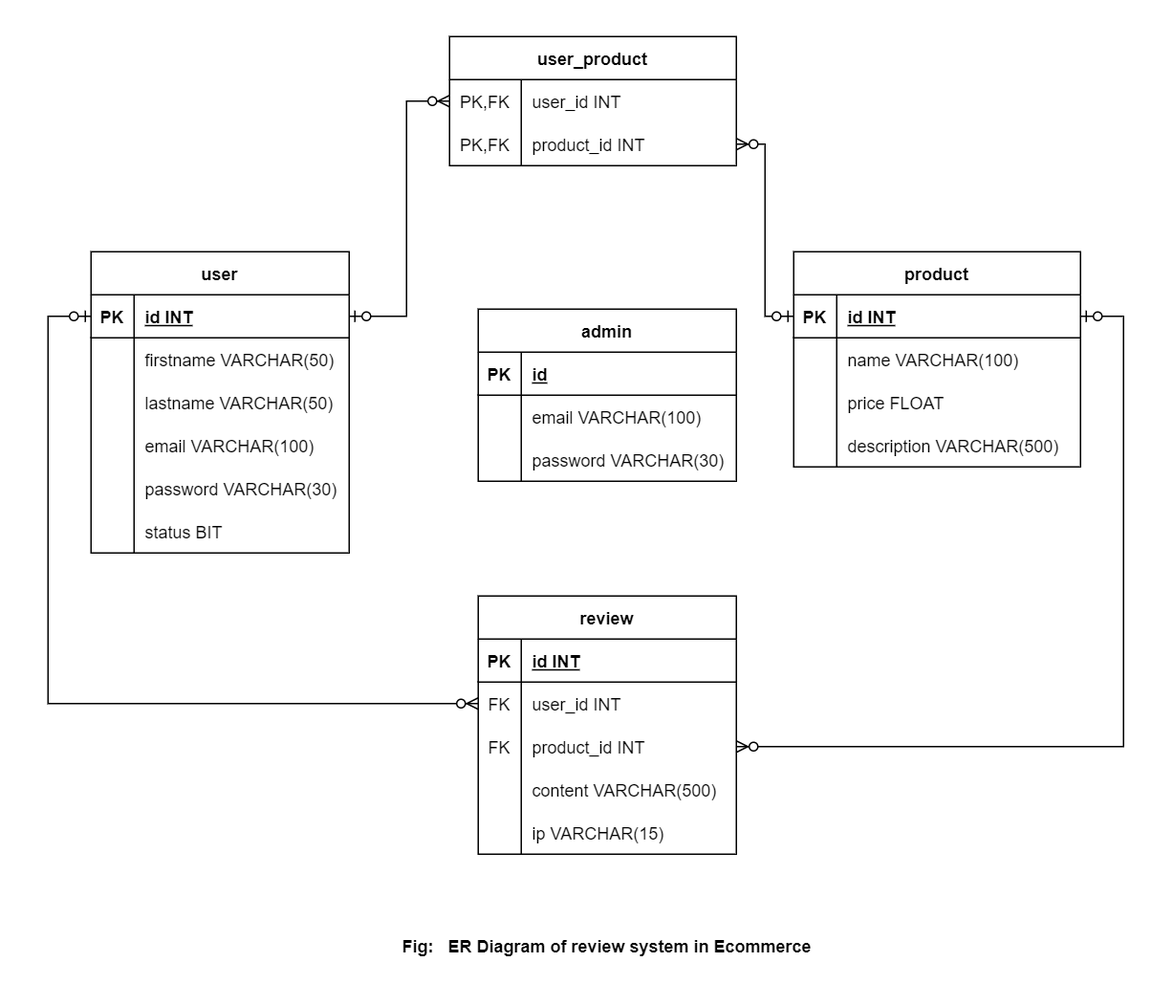
Above: Database_Design.png in nbchand/Fake-Review-Detector (draw.io), before the change. Source tidied: cells renumbered, new cells last; positions are measured from the earlier drawing's top-left corner, leaving out a move shared by most shapes. Its diagram source:
```xml
<mxGraphModel>
  <root>
    <mxCell id="0" />
    <mxCell id="1" parent="0" />
    <mxCell id="2" value="user" style="shape=table;startSize=30;rowLines=0;fontStyle=1;align=center;" parent="1" vertex="1">
      <mxGeometry x="30" y="150" width="180" height="210" as="geometry" />
    </mxCell>
    <mxCell id="3" style="shape=partialRectangle;fillColor=none;top=0;left=0;bottom=1;right=0;points=[[0,0.5],[1,0.5]];portConstraint=eastwest;" parent="2" vertex="1">
      <mxGeometry y="30" width="180" height="30" as="geometry" />
    </mxCell>
    <mxCell id="4" value="PK" style="shape=partialRectangle;fillColor=none;top=0;left=0;bottom=0;right=0;fontStyle=1;overflow=hidden;" parent="3" vertex="1">
      <mxGeometry width="30" height="30" as="geometry" />
    </mxCell>
    <mxCell id="5" value="id INT" style="shape=partialRectangle;fillColor=none;top=0;left=0;bottom=0;right=0;align=left;spacingLeft=6;fontStyle=5;overflow=hidden;" parent="3" vertex="1">
      <mxGeometry x="30" width="150" height="30" as="geometry" />
    </mxCell>
    <mxCell id="6" style="shape=partialRectangle;fillColor=none;top=0;left=0;bottom=0;right=0;" parent="2" vertex="1">
      <mxGeometry y="60" width="180" height="30" as="geometry" />
    </mxCell>
    <mxCell id="7" style="shape=partialRectangle;fillColor=none;top=0;left=0;bottom=0;right=0;overflow=hidden;" parent="6" vertex="1">
      <mxGeometry width="30" height="30" as="geometry" />
    </mxCell>
    <mxCell id="8" value="firstname VARCHAR(50)" style="shape=partialRectangle;fillColor=none;top=0;left=0;bottom=0;right=0;align=left;spacingLeft=6;overflow=hidden;" parent="6" vertex="1">
      <mxGeometry x="30" width="150" height="30" as="geometry" />
    </mxCell>
    <mxCell id="9" style="shape=partialRectangle;fillColor=none;top=0;left=0;bottom=0;right=0;" parent="2" vertex="1">
      <mxGeometry y="90" width="180" height="30" as="geometry" />
    </mxCell>
    <mxCell id="10" style="shape=partialRectangle;fillColor=none;top=0;left=0;bottom=0;right=0;overflow=hidden;" parent="9" vertex="1">
      <mxGeometry width="30" height="30" as="geometry" />
    </mxCell>
    <mxCell id="11" value="lastname VARCHAR(50)" style="shape=partialRectangle;fillColor=none;top=0;left=0;bottom=0;right=0;align=left;spacingLeft=6;overflow=hidden;" parent="9" vertex="1">
      <mxGeometry x="30" width="150" height="30" as="geometry" />
    </mxCell>
    <mxCell id="12" style="shape=partialRectangle;fillColor=none;top=0;left=0;bottom=0;right=0;" parent="2" vertex="1">
      <mxGeometry y="120" width="180" height="30" as="geometry" />
    </mxCell>
    <mxCell id="13" style="shape=partialRectangle;fillColor=none;top=0;left=0;bottom=0;right=0;overflow=hidden;" parent="12" vertex="1">
      <mxGeometry width="30" height="30" as="geometry" />
    </mxCell>
    <mxCell id="14" value="email VARCHAR(100)" style="shape=partialRectangle;fillColor=none;top=0;left=0;bottom=0;right=0;align=left;spacingLeft=6;overflow=hidden;" parent="12" vertex="1">
      <mxGeometry x="30" width="150" height="30" as="geometry" />
    </mxCell>
    <mxCell id="15" style="shape=partialRectangle;fillColor=none;top=0;left=0;bottom=0;right=0;" parent="2" vertex="1">
      <mxGeometry y="150" width="180" height="30" as="geometry" />
    </mxCell>
    <mxCell id="16" style="shape=partialRectangle;fillColor=none;top=0;left=0;bottom=0;right=0;fontStyle=0;overflow=hidden;" parent="15" vertex="1">
      <mxGeometry width="30" height="30" as="geometry" />
    </mxCell>
    <mxCell id="17" value="password VARCHAR(30)" style="shape=partialRectangle;fillColor=none;top=0;left=0;bottom=0;right=0;align=left;spacingLeft=6;fontStyle=0;overflow=hidden;" parent="15" vertex="1">
      <mxGeometry x="30" width="150" height="30" as="geometry" />
    </mxCell>
    <mxCell id="18" style="shape=partialRectangle;fillColor=none;top=0;left=0;bottom=0;right=0;fontFamily=Helvetica;fontSize=12;fontColor=default;" parent="2" vertex="1">
      <mxGeometry y="180" width="180" height="30" as="geometry" />
    </mxCell>
    <mxCell id="19" style="shape=partialRectangle;fillColor=none;top=0;left=0;bottom=0;right=0;fontStyle=0;overflow=hidden;fontFamily=Helvetica;fontSize=12;fontColor=default;" parent="18" vertex="1">
      <mxGeometry width="30" height="30" as="geometry" />
    </mxCell>
    <mxCell id="20" value="status BIT" style="shape=partialRectangle;fillColor=none;top=0;left=0;bottom=0;right=0;align=left;spacingLeft=6;fontStyle=0;overflow=hidden;fontFamily=Helvetica;fontSize=12;fontColor=default;" parent="18" vertex="1">
      <mxGeometry x="30" width="150" height="30" as="geometry" />
    </mxCell>
    <mxCell id="21" value="product" style="shape=table;startSize=30;rowLines=0;fontStyle=1;align=center;" parent="1" vertex="1">
      <mxGeometry x="520" y="150" width="200" height="150" as="geometry" />
    </mxCell>
    <mxCell id="22" style="shape=partialRectangle;fillColor=none;top=0;left=0;bottom=1;right=0;points=[[0,0.5],[1,0.5]];portConstraint=eastwest;" parent="21" vertex="1">
      <mxGeometry y="30" width="200" height="30" as="geometry" />
    </mxCell>
    <mxCell id="23" value="PK" style="shape=partialRectangle;fillColor=none;top=0;left=0;bottom=0;right=0;fontStyle=1;overflow=hidden;" parent="22" vertex="1">
      <mxGeometry width="30" height="30" as="geometry" />
    </mxCell>
    <mxCell id="24" value="id INT" style="shape=partialRectangle;fillColor=none;top=0;left=0;bottom=0;right=0;align=left;spacingLeft=6;fontStyle=5;overflow=hidden;" parent="22" vertex="1">
      <mxGeometry x="30" width="170" height="30" as="geometry" />
    </mxCell>
    <mxCell id="25" style="shape=partialRectangle;fillColor=none;top=0;left=0;bottom=0;right=0;" parent="21" vertex="1">
      <mxGeometry y="60" width="200" height="30" as="geometry" />
    </mxCell>
    <mxCell id="26" style="shape=partialRectangle;fillColor=none;top=0;left=0;bottom=0;right=0;overflow=hidden;" parent="25" vertex="1">
      <mxGeometry width="30" height="30" as="geometry" />
    </mxCell>
    <mxCell id="27" value="name VARCHAR(100)" style="shape=partialRectangle;fillColor=none;top=0;left=0;bottom=0;right=0;align=left;spacingLeft=6;overflow=hidden;" parent="25" vertex="1">
      <mxGeometry x="30" width="170" height="30" as="geometry" />
    </mxCell>
    <mxCell id="28" style="shape=partialRectangle;fillColor=none;top=0;left=0;bottom=0;right=0;" parent="21" vertex="1">
      <mxGeometry y="90" width="200" height="30" as="geometry" />
    </mxCell>
    <mxCell id="29" style="shape=partialRectangle;fillColor=none;top=0;left=0;bottom=0;right=0;overflow=hidden;" parent="28" vertex="1">
      <mxGeometry width="30" height="30" as="geometry" />
    </mxCell>
    <mxCell id="30" value="price FLOAT" style="shape=partialRectangle;fillColor=none;top=0;left=0;bottom=0;right=0;align=left;spacingLeft=6;overflow=hidden;" parent="28" vertex="1">
      <mxGeometry x="30" width="170" height="30" as="geometry" />
    </mxCell>
    <mxCell id="31" style="shape=partialRectangle;fillColor=none;top=0;left=0;bottom=0;right=0;" parent="21" vertex="1">
      <mxGeometry y="120" width="200" height="30" as="geometry" />
    </mxCell>
    <mxCell id="32" style="shape=partialRectangle;fillColor=none;top=0;left=0;bottom=0;right=0;overflow=hidden;" parent="31" vertex="1">
      <mxGeometry width="30" height="30" as="geometry" />
    </mxCell>
    <mxCell id="33" value="description VARCHAR(500)" style="shape=partialRectangle;fillColor=none;top=0;left=0;bottom=0;right=0;align=left;spacingLeft=6;overflow=hidden;" parent="31" vertex="1">
      <mxGeometry x="30" width="170" height="30" as="geometry" />
    </mxCell>
    <mxCell id="34" value="review" style="shape=table;startSize=30;rowLines=0;fontStyle=1;align=center;" parent="1" vertex="1">
      <mxGeometry x="300" y="390" width="180" height="180" as="geometry" />
    </mxCell>
    <mxCell id="35" style="shape=partialRectangle;fillColor=none;top=0;left=0;bottom=1;right=0;" parent="34" vertex="1">
      <mxGeometry y="30" width="180" height="30" as="geometry" />
    </mxCell>
    <mxCell id="36" value="PK" style="shape=partialRectangle;fillColor=none;top=0;left=0;bottom=0;right=0;fontStyle=1;overflow=hidden;" parent="35" vertex="1">
      <mxGeometry width="30" height="30" as="geometry" />
    </mxCell>
    <mxCell id="37" value="id INT" style="shape=partialRectangle;fillColor=none;top=0;left=0;bottom=0;right=0;align=left;spacingLeft=6;fontStyle=5;overflow=hidden;" parent="35" vertex="1">
      <mxGeometry x="30" width="150" height="30" as="geometry" />
    </mxCell>
    <mxCell id="38" style="shape=partialRectangle;fillColor=none;top=0;left=0;bottom=0;right=0;points=[[0,0.5],[1,0.5]];portConstraint=eastwest;" parent="34" vertex="1">
      <mxGeometry y="60" width="180" height="30" as="geometry" />
    </mxCell>
    <mxCell id="39" value="FK" style="shape=partialRectangle;fillColor=none;top=0;left=0;bottom=0;right=0;overflow=hidden;" parent="38" vertex="1">
      <mxGeometry width="30" height="30" as="geometry" />
    </mxCell>
    <mxCell id="40" value="user_id INT" style="shape=partialRectangle;fillColor=none;top=0;left=0;bottom=0;right=0;align=left;spacingLeft=6;overflow=hidden;" parent="38" vertex="1">
      <mxGeometry x="30" width="150" height="30" as="geometry" />
    </mxCell>
    <mxCell id="41" style="shape=partialRectangle;fillColor=none;top=0;left=0;bottom=0;right=0;points=[[0,0.5],[1,0.5]];portConstraint=eastwest;" parent="34" vertex="1">
      <mxGeometry y="90" width="180" height="30" as="geometry" />
    </mxCell>
    <mxCell id="42" value="FK" style="shape=partialRectangle;fillColor=none;top=0;left=0;bottom=0;right=0;overflow=hidden;" parent="41" vertex="1">
      <mxGeometry width="30" height="30" as="geometry" />
    </mxCell>
    <mxCell id="43" value="product_id INT" style="shape=partialRectangle;fillColor=none;top=0;left=0;bottom=0;right=0;align=left;spacingLeft=6;overflow=hidden;" parent="41" vertex="1">
      <mxGeometry x="30" width="150" height="30" as="geometry" />
    </mxCell>
    <mxCell id="44" style="shape=partialRectangle;fillColor=none;top=0;left=0;bottom=0;right=0;" parent="34" vertex="1">
      <mxGeometry y="120" width="180" height="30" as="geometry" />
    </mxCell>
    <mxCell id="45" style="shape=partialRectangle;fillColor=none;top=0;left=0;bottom=0;right=0;overflow=hidden;" parent="44" vertex="1">
      <mxGeometry width="30" height="30" as="geometry" />
    </mxCell>
    <mxCell id="46" value="content VARCHAR(500)" style="shape=partialRectangle;fillColor=none;top=0;left=0;bottom=0;right=0;align=left;spacingLeft=6;overflow=hidden;" parent="44" vertex="1">
      <mxGeometry x="30" width="150" height="30" as="geometry" />
    </mxCell>
    <mxCell id="47" style="shape=partialRectangle;fillColor=none;top=0;left=0;bottom=0;right=0;" parent="34" vertex="1">
      <mxGeometry y="150" width="180" height="30" as="geometry" />
    </mxCell>
    <mxCell id="48" style="shape=partialRectangle;fillColor=none;top=0;left=0;bottom=0;right=0;fontStyle=0;overflow=hidden;" parent="47" vertex="1">
      <mxGeometry width="30" height="30" as="geometry" />
    </mxCell>
    <mxCell id="49" value="ip VARCHAR(15)" style="shape=partialRectangle;fillColor=none;top=0;left=0;bottom=0;right=0;align=left;spacingLeft=6;fontStyle=0;overflow=hidden;" parent="47" vertex="1">
      <mxGeometry x="30" width="150" height="30" as="geometry" />
    </mxCell>
    <mxCell id="50" value="admin" style="shape=table;startSize=30;rowLines=0;fontStyle=1;align=center;" parent="1" vertex="1">
      <mxGeometry x="300" y="190" width="180" height="120" as="geometry" />
    </mxCell>
    <mxCell id="51" style="shape=partialRectangle;fillColor=none;top=0;left=0;bottom=1;right=0;" parent="50" vertex="1">
      <mxGeometry y="30" width="180" height="30" as="geometry" />
    </mxCell>
    <mxCell id="52" value="PK" style="shape=partialRectangle;fillColor=none;top=0;left=0;bottom=0;right=0;fontStyle=1;overflow=hidden;" parent="51" vertex="1">
      <mxGeometry width="30" height="30" as="geometry" />
    </mxCell>
    <mxCell id="53" value="id" style="shape=partialRectangle;fillColor=none;top=0;left=0;bottom=0;right=0;align=left;spacingLeft=6;fontStyle=5;overflow=hidden;" parent="51" vertex="1">
      <mxGeometry x="30" width="150" height="30" as="geometry" />
    </mxCell>
    <mxCell id="54" style="shape=partialRectangle;fillColor=none;top=0;left=0;bottom=0;right=0;" parent="50" vertex="1">
      <mxGeometry y="60" width="180" height="30" as="geometry" />
    </mxCell>
    <mxCell id="55" style="shape=partialRectangle;fillColor=none;top=0;left=0;bottom=0;right=0;overflow=hidden;" parent="54" vertex="1">
      <mxGeometry width="30" height="30" as="geometry" />
    </mxCell>
    <mxCell id="56" value="email VARCHAR(100)" style="shape=partialRectangle;fillColor=none;top=0;left=0;bottom=0;right=0;align=left;spacingLeft=6;overflow=hidden;" parent="54" vertex="1">
      <mxGeometry x="30" width="150" height="30" as="geometry" />
    </mxCell>
    <mxCell id="57" style="shape=partialRectangle;fillColor=none;top=0;left=0;bottom=0;right=0;" parent="50" vertex="1">
      <mxGeometry y="90" width="180" height="30" as="geometry" />
    </mxCell>
    <mxCell id="58" style="shape=partialRectangle;fillColor=none;top=0;left=0;bottom=0;right=0;overflow=hidden;" parent="57" vertex="1">
      <mxGeometry width="30" height="30" as="geometry" />
    </mxCell>
    <mxCell id="59" value="password VARCHAR(30)" style="shape=partialRectangle;fillColor=none;top=0;left=0;bottom=0;right=0;align=left;spacingLeft=6;overflow=hidden;" parent="57" vertex="1">
      <mxGeometry x="30" width="150" height="30" as="geometry" />
    </mxCell>
    <mxCell id="60" value="user_product" style="shape=table;startSize=30;rowLines=0;fontStyle=1;align=center;" parent="1" vertex="1">
      <mxGeometry x="280" width="200" height="90" as="geometry" />
    </mxCell>
    <mxCell id="61" style="shape=partialRectangle;fillColor=none;top=0;left=0;bottom=0;right=0;points=[[0,0.5],[1,0.5]];portConstraint=eastwest;" parent="60" vertex="1">
      <mxGeometry y="30" width="200" height="30" as="geometry" />
    </mxCell>
    <mxCell id="62" value="PK,FK" style="shape=partialRectangle;fillColor=none;top=0;left=0;bottom=0;right=0;overflow=hidden;" parent="61" vertex="1">
      <mxGeometry width="50" height="30" as="geometry" />
    </mxCell>
    <mxCell id="63" value="user_id INT" style="shape=partialRectangle;fillColor=none;top=0;left=0;bottom=0;right=0;align=left;spacingLeft=6;overflow=hidden;" parent="61" vertex="1">
      <mxGeometry x="50" width="150" height="30" as="geometry" />
    </mxCell>
    <mxCell id="64" style="shape=partialRectangle;fillColor=none;top=0;left=0;bottom=0;right=0;points=[[0,0.5],[1,0.5]];portConstraint=eastwest;" parent="60" vertex="1">
      <mxGeometry y="60" width="200" height="30" as="geometry" />
    </mxCell>
    <mxCell id="65" value="PK,FK" style="shape=partialRectangle;fillColor=none;top=0;left=0;bottom=0;right=0;overflow=hidden;" parent="64" vertex="1">
      <mxGeometry width="50" height="30" as="geometry" />
    </mxCell>
    <mxCell id="66" value="product_id INT" style="shape=partialRectangle;fillColor=none;top=0;left=0;bottom=0;right=0;align=left;spacingLeft=6;overflow=hidden;" parent="64" vertex="1">
      <mxGeometry x="50" width="150" height="30" as="geometry" />
    </mxCell>
    <mxCell id="67" value="&lt;b&gt;Fig:&amp;nbsp; &amp;nbsp;ER Diagram of review system in Ecommerce&lt;/b&gt;" style="text;html=1;strokeColor=none;fillColor=none;align=center;verticalAlign=middle;whiteSpace=wrap;rounded=0;fontFamily=Helvetica;fontSize=12;fontColor=default;" parent="1" vertex="1">
      <mxGeometry x="240" y="620" width="300" height="30" as="geometry" />
    </mxCell>
    <mxCell id="68" style="edgeStyle=orthogonalEdgeStyle;fontSize=12;html=1;endArrow=ERzeroToMany;startArrow=ERzeroToOne;rounded=0;labelBackgroundColor=default;fontFamily=Helvetica;fontColor=default;strokeColor=default;shape=connector;entryX=0;entryY=0.5;entryDx=0;entryDy=0;exitX=0;exitY=0.5;exitDx=0;exitDy=0;" parent="1" edge="1" source="3" target="38">
      <mxGeometry relative="1" as="geometry">
        <Array as="points">
          <mxPoint y="195" />
          <mxPoint y="465" />
        </Array>
      </mxGeometry>
    </mxCell>
    <mxCell id="69" style="edgeStyle=orthogonalEdgeStyle;fontSize=12;html=1;endArrow=ERzeroToMany;startArrow=ERzeroToOne;rounded=0;labelBackgroundColor=default;fontFamily=Helvetica;fontColor=default;strokeColor=default;shape=connector;entryX=1;entryY=0.5;entryDx=0;entryDy=0;exitX=1;exitY=0.5;exitDx=0;exitDy=0;" parent="1" edge="1" source="22" target="41">
      <mxGeometry relative="1" as="geometry">
        <Array as="points">
          <mxPoint x="750" y="195" />
          <mxPoint x="750" y="495" />
        </Array>
      </mxGeometry>
    </mxCell>
    <mxCell id="70" style="edgeStyle=orthogonalEdgeStyle;fontSize=12;html=1;endArrow=ERzeroToMany;startArrow=ERzeroToOne;rounded=0;labelBackgroundColor=default;fontFamily=Helvetica;fontColor=default;strokeColor=default;shape=connector;entryX=0;entryY=0.5;entryDx=0;entryDy=0;" parent="1" edge="1" source="3" target="61">
      <mxGeometry relative="1" as="geometry">
        <Array as="points">
          <mxPoint x="250" y="195" />
          <mxPoint x="250" y="45" />
        </Array>
      </mxGeometry>
    </mxCell>
    <mxCell id="71" style="edgeStyle=orthogonalEdgeStyle;fontSize=12;html=1;endArrow=ERzeroToMany;startArrow=ERzeroToOne;rounded=0;labelBackgroundColor=default;fontFamily=Helvetica;fontColor=default;strokeColor=default;shape=connector;entryX=1;entryY=0.5;entryDx=0;entryDy=0;exitX=0;exitY=0.5;exitDx=0;exitDy=0;" parent="1" edge="1" source="22" target="64">
      <mxGeometry relative="1" as="geometry">
        <Array as="points">
          <mxPoint x="500" y="195" />
          <mxPoint x="500" y="75" />
        </Array>
      </mxGeometry>
    </mxCell>
  </root>
</mxGraphModel>
```
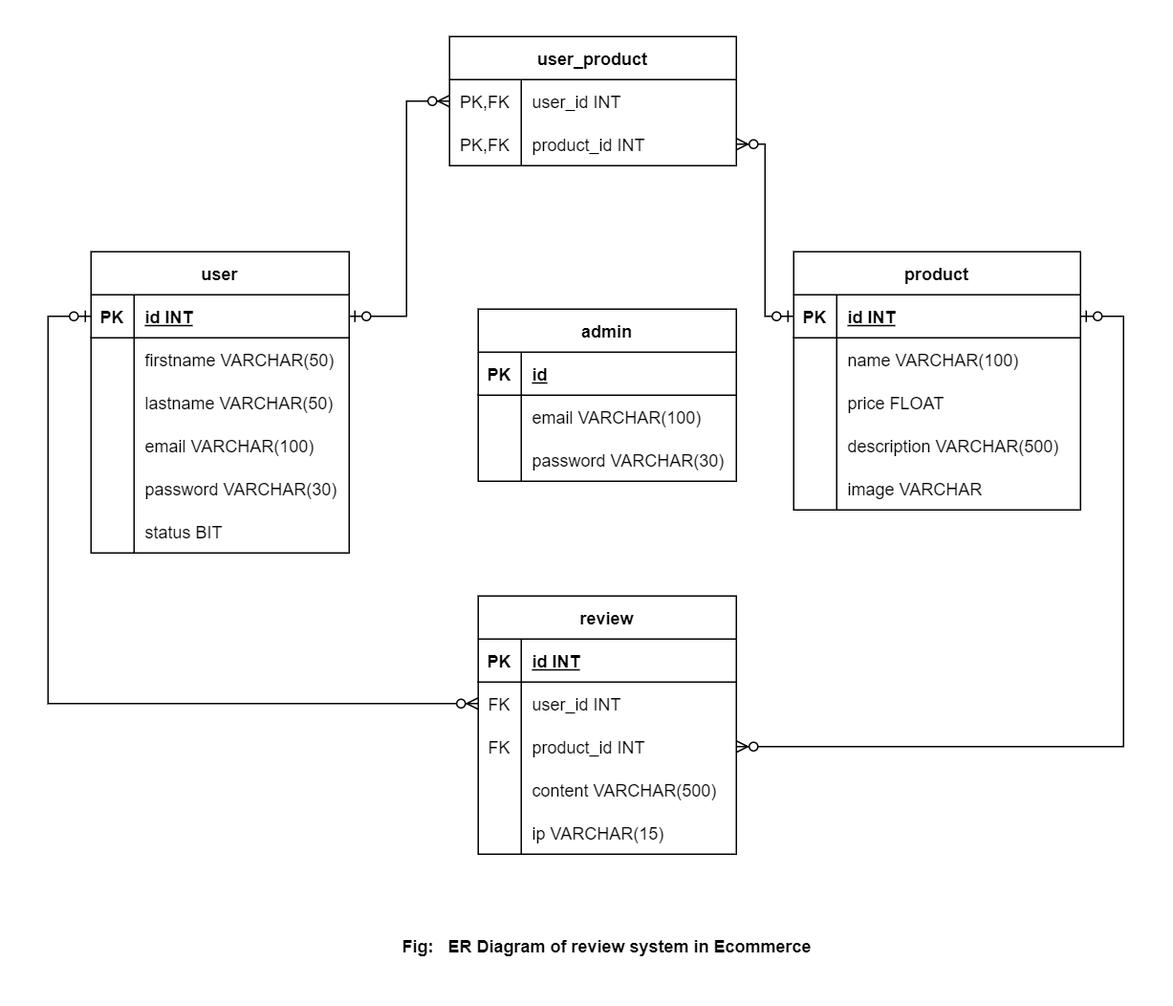
After the commit.

Commit message:
add image column in product table

What changed in the source:
```diff
@@ -60,7 +60,7 @@
       <mxGeometry x="30" width="150" height="30" as="geometry" />
     </mxCell>
     <mxCell id="21" value="product" style="shape=table;startSize=30;rowLines=0;fontStyle=1;align=center;" parent="1" vertex="1">
-      <mxGeometry x="520" y="150" width="200" height="150" as="geometry" />
+      <mxGeometry x="520" y="150" width="200" height="180" as="geometry" />
     </mxCell>
     <mxCell id="22" style="shape=partialRectangle;fillColor=none;top=0;left=0;bottom=1;right=0;points=[[0,0.5],[1,0.5]];portConstraint=eastwest;" parent="21" vertex="1">
       <mxGeometry y="30" width="200" height="30" as="geometry" />
@@ -98,6 +98,15 @@
     <mxCell id="33" value="description VARCHAR(500)" style="shape=partialRectangle;fillColor=none;top=0;left=0;bottom=0;right=0;align=left;spacingLeft=6;overflow=hidden;" parent="31" vertex="1">
       <mxGeometry x="30" width="170" height="30" as="geometry" />
     </mxCell>
+    <mxCell id="72" style="shape=partialRectangle;fillColor=none;top=0;left=0;bottom=0;right=0;fontFamily=Helvetica;fontSize=12;fontColor=default;" parent="21" vertex="1">
+      <mxGeometry y="150" width="200" height="30" as="geometry" />
+    </mxCell>
+    <mxCell id="73" style="shape=partialRectangle;fillColor=none;top=0;left=0;bottom=0;right=0;fontStyle=0;overflow=hidden;fontFamily=Helvetica;fontSize=12;fontColor=default;" parent="72" vertex="1">
+      <mxGeometry width="30" height="30" as="geometry" />
+    </mxCell>
+    <mxCell id="74" value="image VARCHAR" style="shape=partialRectangle;fillColor=none;top=0;left=0;bottom=0;right=0;align=left;spacingLeft=6;fontStyle=0;overflow=hidden;fontFamily=Helvetica;fontSize=12;fontColor=default;" parent="72" vertex="1">
+      <mxGeometry x="30" width="170" height="30" as="geometry" />
+    </mxCell>
     <mxCell id="34" value="review" style="shape=table;startSize=30;rowLines=0;fontStyle=1;align=center;" parent="1" vertex="1">
       <mxGeometry x="300" y="390" width="180" height="180" as="geometry" />
     </mxCell>
```
